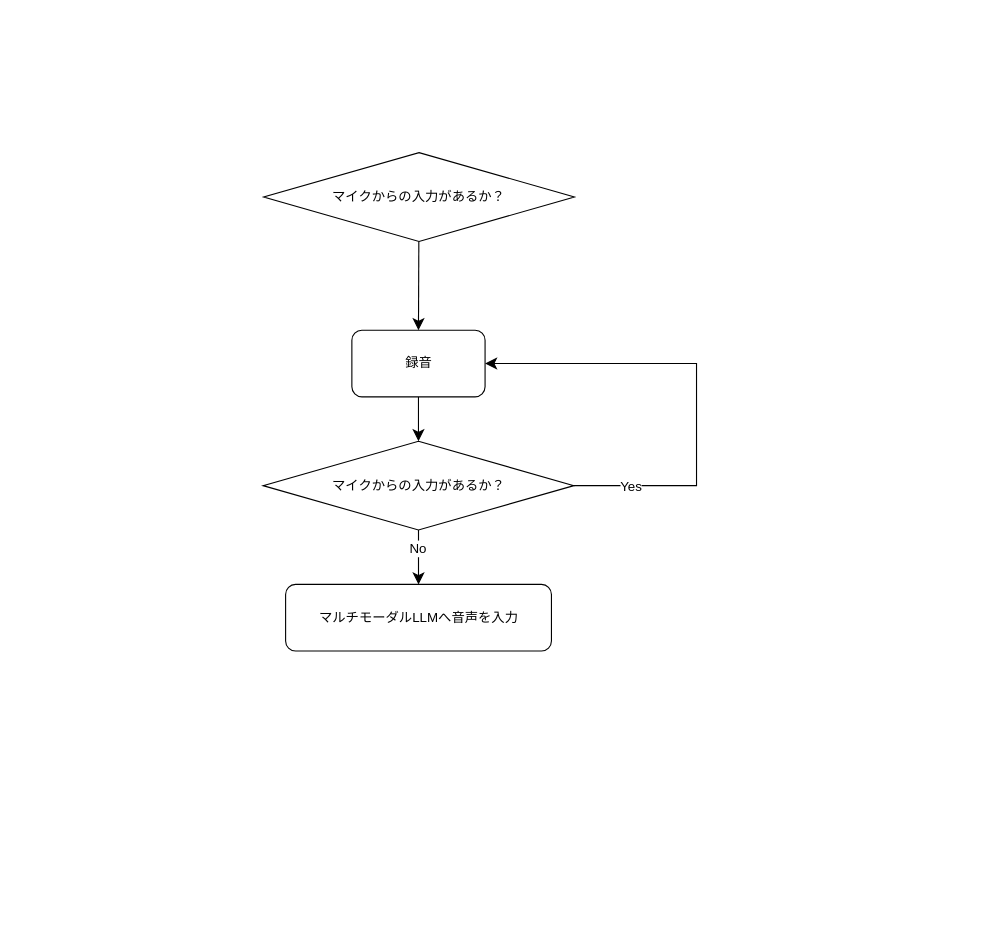
The draw.io diagram page "ページ3" (3 of 4) of kotoha.drawio in robotKR/kotoha, before the edit. Source tidied: cells renumbered, new cells numbered last; positions are measured from the earlier drawing's top-left corner, leaving out a move shared by most shapes. Both pictures are drawn from the tidied source at 111%, with x=0, y=0 at pixel (263, 152).
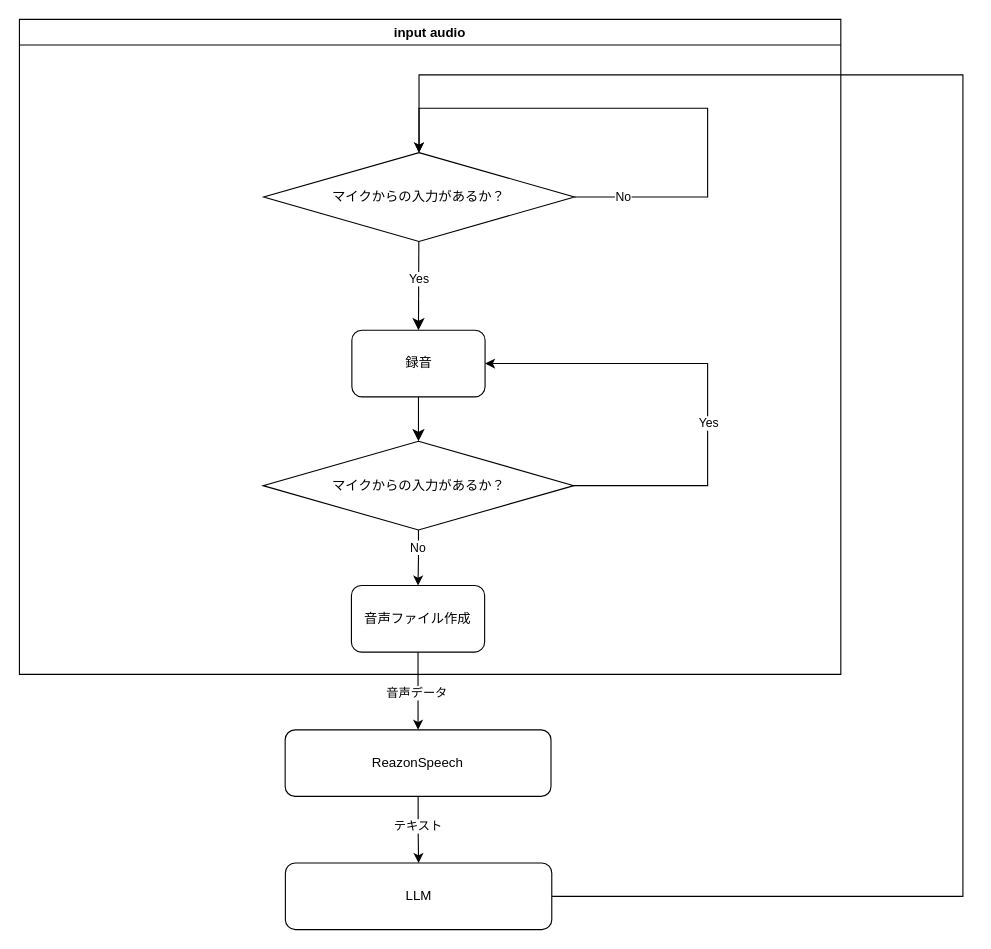
The same page after the edit.

Commit message:
kotoha.drawio を更新します

Unchanged cells that the change refers to:
```xml
<mxCell id="4" value="録音" style="rounded=1;whiteSpace=wrap;html=1;" parent="1" vertex="1">
  <mxGeometry x="79.5" y="160" width="120" height="60" as="geometry" />
</mxCell>
<mxCell id="5" style="edgeStyle=none;curved=1;rounded=0;jettySize=auto;html=1;entryX=0.5;entryY=0;entryDx=0;entryDy=0;fontSize=12;startSize=8;endSize=8;" parent="1" edge="1" source="6" target="4">
  <mxGeometry relative="1" as="geometry" />
</mxCell>
<mxCell id="6" value="マイクからの入力があるか？" style="rhombus;whiteSpace=wrap;html=1;" parent="1" vertex="1">
  <mxGeometry width="280" height="80" as="geometry" />
</mxCell>
<mxCell id="11" value="マイクからの入力があるか？" style="rhombus;whiteSpace=wrap;html=1;" parent="1" vertex="1">
  <mxGeometry x="-0.5" y="260" width="280" height="80" as="geometry" />
</mxCell>
```

What changed in the source:
```diff
@@
+    <mxCell id="12" style="edgeStyle=orthogonalEdgeStyle;rounded=0;jettySize=auto;html=1;entryX=0.5;entryY=0;entryDx=0;entryDy=0;" parent="1" edge="1" source="2" target="19">
+      <mxGeometry relative="1" as="geometry" />
+    </mxCell>
+    <mxCell id="13" value="テキスト" style="edgeLabel;html=1;align=center;verticalAlign=middle;" parent="12" vertex="1">
+      <mxGeometry x="-0.14" y="-1" relative="1" as="geometry" />
+    </mxCell>
-    <mxCell id="2" value="マルチモーダルLLMへ音声を入力" style="rounded=1;whiteSpace=wrap;html=1;" parent="1" vertex="1">
-      <mxGeometry x="19.8" y="389" width="239.5" height="60" as="geometry" />
+    <mxCell id="2" value="ReazonSpeech" style="rounded=1;whiteSpace=wrap;html=1;" parent="1" vertex="1">
+      <mxGeometry x="19.4" y="520" width="239.5" height="60" as="geometry" />
     </mxCell>
@@
+    <mxCell id="14" value="Yes" style="edgeLabel;html=1;align=center;verticalAlign=middle;" parent="5" vertex="1">
+      <mxGeometry x="-0.15" relative="1" as="geometry" />
+    </mxCell>
@@
-    <mxCell id="7" style="edgeStyle=none;curved=1;rounded=0;jettySize=auto;html=1;entryX=0.5;entryY=0;entryDx=0;entryDy=0;fontSize=12;startSize=8;endSize=8;" parent="1" edge="1" source="11" target="2">
-      <mxGeometry relative="1" as="geometry" />
-    </mxCell>
-    <mxCell id="8" value="No" style="edgeLabel;html=1;align=center;verticalAlign=middle;fontSize=12;" parent="7" vertex="1">
-      <mxGeometry x="-0.31" y="-1" relative="1" as="geometry" />
-    </mxCell>
-    <mxCell id="9" style="edgeStyle=none;curved=0;rounded=0;jettySize=auto;html=1;fontSize=12;startSize=8;endSize=8;entryX=1;entryY=0.5;entryDx=0;entryDy=0;" parent="1" edge="1" source="11" target="4">
+    <mxCell id="9" style="edgeStyle=orthogonalEdgeStyle;rounded=0;jettySize=auto;html=1;entryX=1;entryY=0.5;entryDx=0;entryDy=0;" parent="1" edge="1" source="11" target="4">
       <mxGeometry relative="1" as="geometry">
         <Array as="points">
-          <mxPoint x="340" y="300" />
-          <mxPoint x="390" y="300" />
-          <mxPoint x="390" y="190" />
+          <mxPoint x="400" y="300" />
+          <mxPoint x="400" y="190" />
         </Array>
       </mxGeometry>
     </mxCell>
-    <mxCell id="10" value="Yes" style="edgeLabel;html=1;align=center;verticalAlign=middle;fontSize=12;" parent="9" vertex="1">
-      <mxGeometry x="-0.75" relative="1" as="geometry" />
-    </mxCell>
+    <mxCell id="15" value="Yes" style="edgeLabel;html=1;align=center;verticalAlign=middle;" parent="9" vertex="1">
+      <mxGeometry x="-0.18" y="-4" relative="1" as="geometry">
+        <mxPoint x="-4" as="offset" />
+      </mxGeometry>
+    </mxCell>
+    <mxCell id="16" style="edgeStyle=orthogonalEdgeStyle;rounded=0;jettySize=auto;html=1;entryX=0.5;entryY=0;entryDx=0;entryDy=0;" parent="1" edge="1" source="11" target="23">
+      <mxGeometry relative="1" as="geometry" />
+    </mxCell>
+    <mxCell id="17" value="No" style="edgeLabel;html=1;align=center;verticalAlign=middle;" parent="16" vertex="1">
+      <mxGeometry x="-0.4" y="-1" relative="1" as="geometry" />
+    </mxCell>
@@
+    <mxCell id="18" style="edgeStyle=orthogonalEdgeStyle;rounded=0;jettySize=auto;html=1;entryX=0.5;entryY=0;entryDx=0;entryDy=0;" parent="1" edge="1" source="19" target="6">
+      <mxGeometry relative="1" as="geometry">
+        <Array as="points">
+          <mxPoint x="630" y="670" />
+          <mxPoint x="630" y="-70" />
+          <mxPoint x="140" y="-70" />
+        </Array>
+      </mxGeometry>
+    </mxCell>
+    <mxCell id="19" value="LLM" style="rounded=1;whiteSpace=wrap;html=1;" parent="1" vertex="1">
+      <mxGeometry x="19.6" y="640" width="240" height="60" as="geometry" />
+    </mxCell>
+    <mxCell id="20" style="edgeStyle=orthogonalEdgeStyle;rounded=0;orthogonalLoop=1;jettySize=auto;html=1;entryX=0.5;entryY=0;entryDx=0;entryDy=0;" parent="1" edge="1" source="6" target="6">
+      <mxGeometry relative="1" as="geometry">
+        <Array as="points">
+          <mxPoint x="400" y="40" />
+          <mxPoint x="400" y="-40" />
+          <mxPoint x="140" y="-40" />
+        </Array>
+      </mxGeometry>
+    </mxCell>
+    <mxCell id="21" value="No" style="edgeLabel;html=1;align=center;verticalAlign=middle;" parent="20" vertex="1">
+      <mxGeometry x="-0.83" y="1" relative="1" as="geometry" />
+    </mxCell>
+    <mxCell id="22" value="input audio" style="swimlane;whiteSpace=wrap;html=1;" parent="1" vertex="1">
+      <mxGeometry x="-220" y="-120" width="740" height="590" as="geometry" />
+    </mxCell>
+    <mxCell id="23" value="音声ファイル作成" style="rounded=1;whiteSpace=wrap;html=1;" parent="22" vertex="1">
+      <mxGeometry x="299.1" y="510" width="120" height="60" as="geometry" />
+    </mxCell>
+    <mxCell id="24" style="edgeStyle=orthogonalEdgeStyle;rounded=0;jettySize=auto;html=1;entryX=0.5;entryY=0;entryDx=0;entryDy=0;" parent="1" edge="1" source="23" target="2">
+      <mxGeometry relative="1" as="geometry" />
+    </mxCell>
+    <mxCell id="25" value="音声データ" style="edgeLabel;html=1;align=center;verticalAlign=middle;" parent="24" vertex="1">
+      <mxGeometry x="0.06" y="-2" relative="1" as="geometry" />
+    </mxCell>
```
